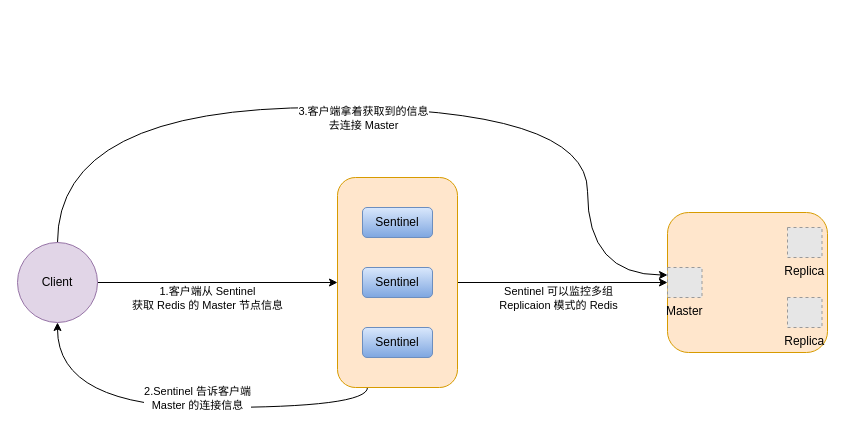
DesistDaydream/PictureHosting keeps this draw.io diagram as diagrams/RedisSentinel.drawio. Above is the earlier version. Source tidied: cells renumbered, new cells numbered last; positions are measured from the earlier drawing's top-left corner, leaving out a move shared by most shapes. Both pictures are drawn from the tidied source at 100%, with x=0, y=0 at pixel (17, 107). Pictures stored in the file or linked from it are replaced by grey dashed boxes.
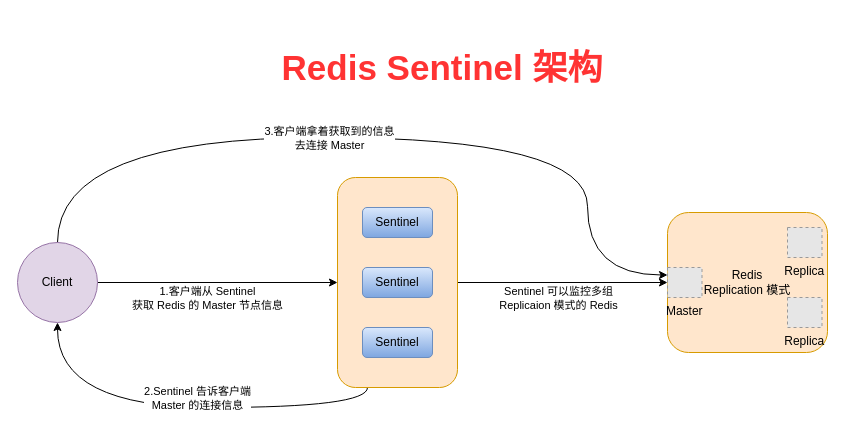
The same diagram, later.

Unchanged cells that the change refers to:
```xml
<mxCell id="3" value="Master" style="fillColor=#E6E6E6;strokeColor=#999999;dashed=1;verticalLabelPosition=bottom;verticalAlign=top;" parent="1" vertex="1">
  <mxGeometry x="650" y="160" width="34.5" height="30" as="geometry" />
</mxCell>
<mxCell id="10" value="Client" style="ellipse;whiteSpace=wrap;html=1;fillColor=#e1d5e7;strokeColor=#9673a6;rounded=1;" parent="1" vertex="1">
  <mxGeometry y="135" width="80" height="80" as="geometry" />
</mxCell>
```

What changed in the source:
```diff
@@
-    <mxCell id="2" style="whiteSpace=wrap;html=1;fillColor=#ffe6cc;strokeColor=#d79b00;rounded=1;" parent="1" vertex="1">
+    <mxCell id="2" value="Redis&lt;br&gt;&lt;div style=&quot;&quot;&gt;&lt;span&gt;Replication 模式&lt;/span&gt;&lt;/div&gt;" style="whiteSpace=wrap;html=1;fillColor=#ffe6cc;strokeColor=#d79b00;rounded=1;align=center;verticalAlign=middle;" parent="1" vertex="1">
       <mxGeometry x="650" y="105" width="160" height="140" as="geometry" />
     </mxCell>
@@
     <mxCell id="8" style="edgeStyle=orthogonalEdgeStyle;curved=1;rounded=0;jettySize=auto;html=1;exitX=0.5;exitY=0;exitDx=0;exitDy=0;entryX=0;entryY=0.25;entryDx=0;entryDy=0;" parent="1" edge="1" source="10" target="3">
       <mxGeometry relative="1" as="geometry">
         <Array as="points">
-          <mxPoint x="40" />
-          <mxPoint x="570" />
+          <mxPoint x="40" y="30" />
+          <mxPoint x="570" y="30" />
           <mxPoint x="570" y="168" />
         </Array>
       </mxGeometry>
     </mxCell>
     <mxCell id="9" value="&lt;div&gt;&lt;span style=&quot;font-size: 11px&quot;&gt;3.客户端拿着获取到的信息&lt;/span&gt;&lt;/div&gt;&lt;div&gt;&lt;span style=&quot;font-size: 11px&quot;&gt;去连接 Master&lt;/span&gt;&lt;/div&gt;" style="edgeLabel;html=1;align=center;verticalAlign=middle;" parent="8" vertex="1">
       <mxGeometry x="-0.18" y="-4" relative="1" as="geometry">
-        <mxPoint x="66.7" y="6" as="offset" />
+        <mxPoint x="26" y="-4" as="offset" />
       </mxGeometry>
     </mxCell>
@@
+    <mxCell id="19" value="&lt;span style=&quot;font-size: 35px&quot;&gt;&lt;b&gt;&lt;font color=&quot;#ff3333&quot;&gt;Redis Sentinel 架构&lt;/font&gt;&lt;/b&gt;&lt;/span&gt;" style="text;html=1;strokeColor=none;fillColor=none;align=center;verticalAlign=middle;whiteSpace=wrap;rounded=0;" parent="1" vertex="1">
+      <mxGeometry x="145" y="-90" width="560" height="100" as="geometry" />
+    </mxCell>
```
